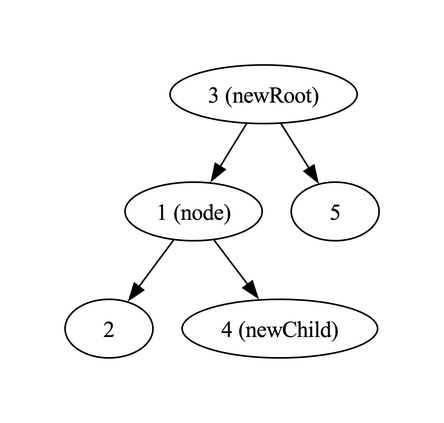
Earlier version of the Graphviz export Fw/DataStructures/docs/diagrams/rotateSubtree/final.png (nasa/fprime). Its source is kept beside it as Fw/DataStructures/docs/diagrams/rotateSubtree/final.dot. Its diagram source:
```dot
digraph {

  1 -> 2
  1 -> 4
  3 -> 1
  3 -> 5

  1 [label="1 (node)"]
  3 [label="3 (newRoot)"]
  4 [label="4 (newChild)"]

}
```
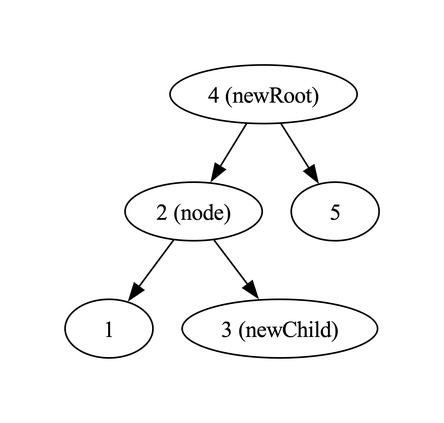
The same diagram one commit later.

Diff of the diagram source:
```diff
@@ -1,12 +1,12 @@
 digraph {
 
-  1 -> 2
-  1 -> 4
-  3 -> 1
-  3 -> 5
+  2 -> 1
+  2 -> 3
+  4 -> 2
+  4 -> 5
 
-  1 [label="1 (node)"]
-  3 [label="3 (newRoot)"]
-  4 [label="4 (newChild)"]
+  2 [label="2 (node)"]
+  4 [label="4 (newRoot)"]
+  3 [label="3 (newChild)"]
 
 }
```
